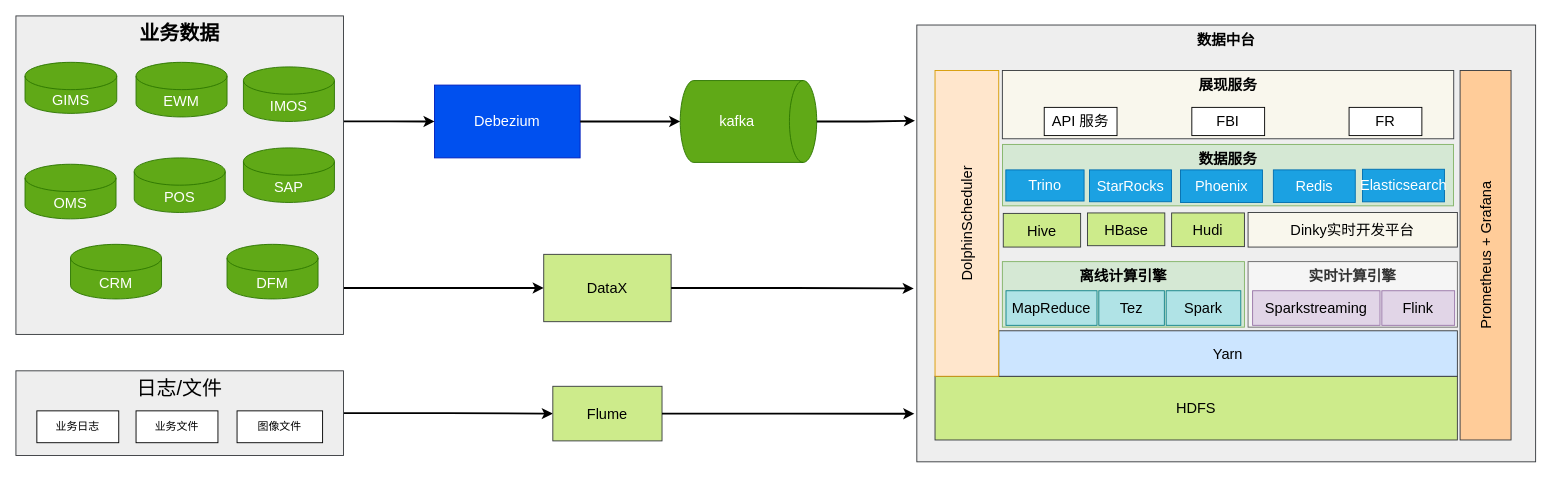
Above: page "第 3 页" (3 of 3) of bsd.drawio in starzy1990/diagrams (draw.io), before the change. Source tidied: cells renumbered, new cells numbered last; positions are measured from the earlier drawing's top-left corner, leaving out a move shared by most shapes. Both pictures are drawn from the tidied source at 91%, with x=0, y=0 at pixel (15, 15).
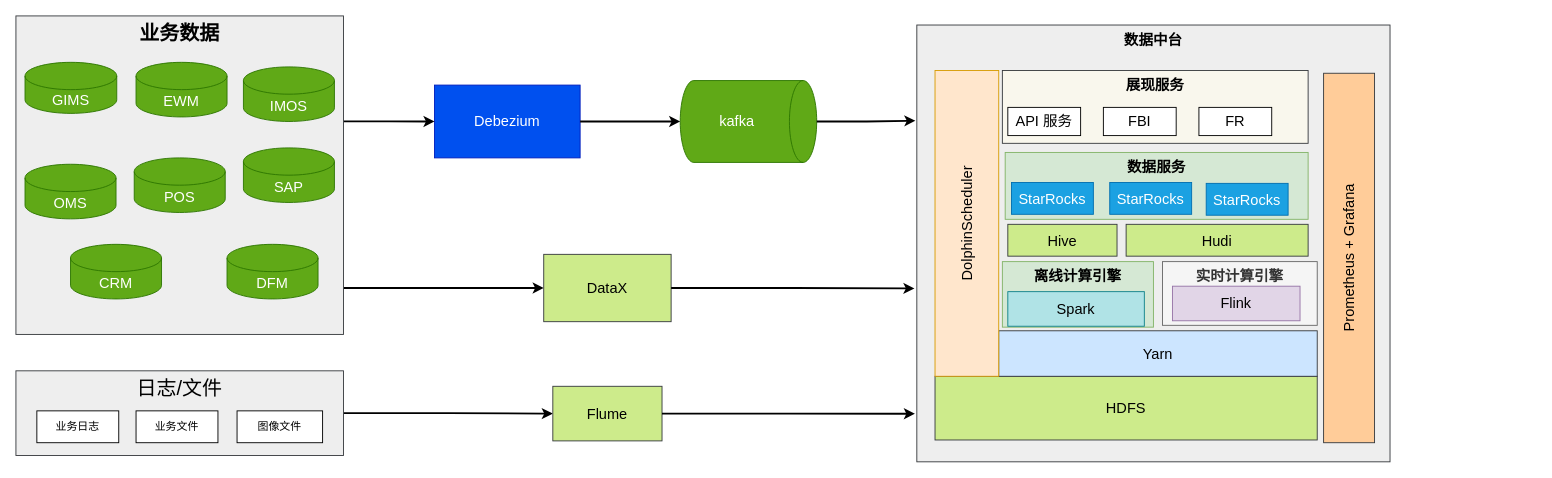
After the change.

What changed in the source:
```diff
@@
     <mxCell id="16" value="数据中台" style="rounded=0;whiteSpace=wrap;html=1;fillColor=#eeeeee;strokeColor=#36393d;verticalAlign=top;fontSize=16;fontStyle=1;" parent="1" vertex="1">
-      <mxGeometry x="990" y="10" width="680" height="480" as="geometry" />
+      <mxGeometry x="990" y="10" width="520" height="480" as="geometry" />
     </mxCell>
     <mxCell id="17" value="HDFS" style="rounded=0;whiteSpace=wrap;html=1;fillColor=#cdeb8b;strokeColor=#36393d;fontSize=16;verticalAlign=middle;fontStyle=0;" parent="1" vertex="1">
-      <mxGeometry x="1010" y="396" width="574" height="70" as="geometry" />
+      <mxGeometry x="1010" y="396" width="420" height="70" as="geometry" />
     </mxCell>
     <mxCell id="18" value="Yarn" style="rounded=0;whiteSpace=wrap;html=1;fillColor=#cce5ff;strokeColor=#36393d;fontStyle=0;fontSize=16;" parent="1" vertex="1">
-      <mxGeometry x="1080" y="346" width="504" height="50" as="geometry" />
+      <mxGeometry x="1080" y="346" width="350" height="50" as="geometry" />
     </mxCell>
@@
-    <mxCell id="20" value="Hive" style="rounded=0;whiteSpace=wrap;html=1;fillColor=#cdeb8b;strokeColor=#36393d;fontSize=16;" parent="1" vertex="1">
-      <mxGeometry x="1085" y="217" width="85" height="37" as="geometry" />
+    <mxCell id="20" value="Hive" style="rounded=0;whiteSpace=wrap;html=1;fillColor=#cdeb8b;strokeColor=#36393d;fontSize=16;direction=south;" parent="1" vertex="1">
+      <mxGeometry x="1090" y="229" width="120" height="35" as="geometry" />
     </mxCell>
     <mxCell id="21" value="离线计算引擎" style="rounded=0;whiteSpace=wrap;html=1;align=center;verticalAlign=top;horizontal=1;textDirection=ltr;labelPosition=center;verticalLabelPosition=middle;fontStyle=1;fillColor=#d5e8d4;strokeColor=#82b366;fontSize=16;" parent="1" vertex="1">
-      <mxGeometry x="1084" y="270" width="266" height="72" as="geometry" />
+      <mxGeometry x="1084" y="270" width="166" height="72" as="geometry" />
     </mxCell>
-    <mxCell id="22" value="MapReduce" style="rounded=0;whiteSpace=wrap;html=1;fillColor=#b0e3e6;strokeColor=#0e8088;fontStyle=0;fontSize=16;" parent="1" vertex="1">
-      <mxGeometry x="1088" y="302" width="100" height="38" as="geometry" />
-    </mxCell>
-    <mxCell id="23" value="Tez" style="rounded=0;whiteSpace=wrap;html=1;fillColor=#b0e3e6;strokeColor=#0e8088;fontStyle=0;fontSize=16;" parent="1" vertex="1">
-      <mxGeometry x="1190" y="302" width="72" height="38" as="geometry" />
-    </mxCell>
     <mxCell id="24" value="Spark" style="rounded=0;whiteSpace=wrap;html=1;fillColor=#b0e3e6;strokeColor=#0e8088;fontStyle=0;fontSize=16;" parent="1" vertex="1">
-      <mxGeometry x="1264" y="302" width="82" height="38" as="geometry" />
+      <mxGeometry x="1090" y="303" width="150" height="38" as="geometry" />
     </mxCell>
     <mxCell id="25" value="实时计算引擎" style="rounded=0;whiteSpace=wrap;html=1;align=center;verticalAlign=top;horizontal=1;textDirection=ltr;labelPosition=center;verticalLabelPosition=middle;fontStyle=1;fillColor=#f5f5f5;strokeColor=#666666;fontColor=#333333;fontSize=16;" parent="1" vertex="1">
-      <mxGeometry x="1354" y="270" width="230" height="72" as="geometry" />
+      <mxGeometry x="1260" y="270" width="170" height="70" as="geometry" />
     </mxCell>
     <mxCell id="26" value="Flink" style="rounded=0;whiteSpace=wrap;html=1;fillColor=#e1d5e7;strokeColor=#9673a6;fontStyle=0;fontSize=16;" parent="1" vertex="1">
-      <mxGeometry x="1501" y="302" width="80" height="38" as="geometry" />
+      <mxGeometry x="1270.9" y="297" width="140.2" height="38" as="geometry" />
     </mxCell>
-    <mxCell id="27" value="Sparkstreaming" style="rounded=0;whiteSpace=wrap;html=1;fillColor=#e1d5e7;strokeColor=#9673a6;fontStyle=0;fontSize=16;" parent="1" vertex="1">
-      <mxGeometry x="1359" y="302" width="140" height="38" as="geometry" />
-    </mxCell>
-    <mxCell id="28" value="Dinky实时开发平台" style="rounded=0;whiteSpace=wrap;html=1;fillColor=#f9f7ed;strokeColor=#36393d;fontSize=16;" parent="1" vertex="1">
-      <mxGeometry x="1354" y="216" width="230" height="38" as="geometry" />
-    </mxCell>
     <mxCell id="29" value="数据服务" style="rounded=0;whiteSpace=wrap;html=1;align=center;fontStyle=1;fillColor=#d5e8d4;strokeColor=#82b366;verticalAlign=top;fontSize=16;" parent="1" vertex="1">
-      <mxGeometry x="1084.2" y="141.2" width="495.5" height="67.5" as="geometry" />
+      <mxGeometry x="1087.1" y="150" width="332.9" height="73.5" as="geometry" />
     </mxCell>
-    <mxCell id="30" value="Trino" style="rounded=0;whiteSpace=wrap;html=1;fillColor=#1ba1e2;strokeColor=#006EAF;fontColor=#ffffff;fontSize=16;" parent="1" vertex="1">
-      <mxGeometry x="1087.8" y="169.2" width="86" height="34.2" as="geometry" />
-    </mxCell>
     <mxCell id="31" value="StarRocks" style="rounded=0;whiteSpace=wrap;html=1;fillColor=#1ba1e2;fontColor=#ffffff;strokeColor=#006EAF;fontSize=16;" parent="1" vertex="1">
-      <mxGeometry x="1179.8" y="169.2" width="90" height="35" as="geometry" />
+      <mxGeometry x="1202" y="183" width="90" height="35" as="geometry" />
     </mxCell>
@@
-    <mxCell id="40" value="Elasticsearch" style="rounded=0;whiteSpace=wrap;html=1;fillColor=#1ba1e2;fontColor=#ffffff;strokeColor=#006EAF;fontSize=16;" parent="1" vertex="1">
-      <mxGeometry x="1479.8" y="168.5" width="90" height="35.8" as="geometry" />
-    </mxCell>
-    <mxCell id="41" value="HBase" style="rounded=0;whiteSpace=wrap;html=1;fillColor=#cdeb8b;strokeColor=#36393d;fontSize=16;" parent="1" vertex="1">
-      <mxGeometry x="1177.5" y="216.5" width="85" height="36" as="geometry" />
-    </mxCell>
-    <mxCell id="42" value="Redis" style="rounded=0;whiteSpace=wrap;html=1;fillColor=#1ba1e2;fontColor=#ffffff;strokeColor=#006EAF;fontSize=16;" parent="1" vertex="1">
-      <mxGeometry x="1381.8" y="169.2" width="90" height="35.8" as="geometry" />
-    </mxCell>
-    <mxCell id="43" value="Phoenix" style="rounded=0;whiteSpace=wrap;html=1;fillColor=#1ba1e2;fontColor=#ffffff;strokeColor=#006EAF;fontSize=16;" parent="1" vertex="1">
-      <mxGeometry x="1279.8" y="169.2" width="90" height="35.8" as="geometry" />
-    </mxCell>
     <mxCell id="44" value="Hudi" style="rounded=0;whiteSpace=wrap;html=1;fillColor=#cdeb8b;strokeColor=#36393d;fontSize=16;" parent="1" vertex="1">
-      <mxGeometry x="1270" y="216.5" width="80" height="37" as="geometry" />
+      <mxGeometry x="1220" y="229" width="200" height="35" as="geometry" />
     </mxCell>
     <mxCell id="45" value="展现服务" style="rounded=0;whiteSpace=wrap;html=1;verticalAlign=top;fillColor=#f9f7ed;strokeColor=#36393d;fontStyle=1;fontSize=16;" parent="1" vertex="1">
-      <mxGeometry x="1084" y="60" width="496" height="75" as="geometry" />
+      <mxGeometry x="1084" y="60" width="336" height="80" as="geometry" />
     </mxCell>
@@
     <mxCell id="48" value="Prometheus +&amp;nbsp;Grafana" style="rounded=0;whiteSpace=wrap;html=1;horizontal=0;fontSize=16;fillColor=#ffcc99;strokeColor=#36393d;" parent="1" vertex="1">
-      <mxGeometry x="1587" y="60" width="56" height="406" as="geometry" />
+      <mxGeometry x="1437" y="63" width="56" height="406" as="geometry" />
     </mxCell>
     <mxCell id="49" value="API 服务" style="rounded=0;whiteSpace=wrap;html=1;fontSize=16;" parent="1" vertex="1">
-      <mxGeometry x="1130" y="100.5" width="80" height="31" as="geometry" />
+      <mxGeometry x="1090" y="100.5" width="80" height="31" as="geometry" />
     </mxCell>
     <mxCell id="50" value="FBI" style="rounded=0;whiteSpace=wrap;html=1;fontSize=16;" parent="1" vertex="1">
-      <mxGeometry x="1292.2" y="100.5" width="80" height="31" as="geometry" />
+      <mxGeometry x="1195" y="100.5" width="80" height="31" as="geometry" />
     </mxCell>
     <mxCell id="51" value="FR" style="rounded=0;whiteSpace=wrap;html=1;fontSize=16;" parent="1" vertex="1">
-      <mxGeometry x="1465" y="100.5" width="80" height="31" as="geometry" />
+      <mxGeometry x="1300" y="100.5" width="80" height="31" as="geometry" />
     </mxCell>
+    <mxCell id="52" value="StarRocks" style="rounded=0;whiteSpace=wrap;html=1;fillColor=#1ba1e2;fontColor=#ffffff;strokeColor=#006EAF;fontSize=16;" parent="1" vertex="1">
+      <mxGeometry x="1094" y="183" width="90" height="35" as="geometry" />
+    </mxCell>
+    <mxCell id="53" value="StarRocks" style="rounded=0;whiteSpace=wrap;html=1;fillColor=#1ba1e2;fontColor=#ffffff;strokeColor=#006EAF;fontSize=16;" parent="1" vertex="1">
+      <mxGeometry x="1308" y="184" width="90" height="35" as="geometry" />
+    </mxCell>
```
